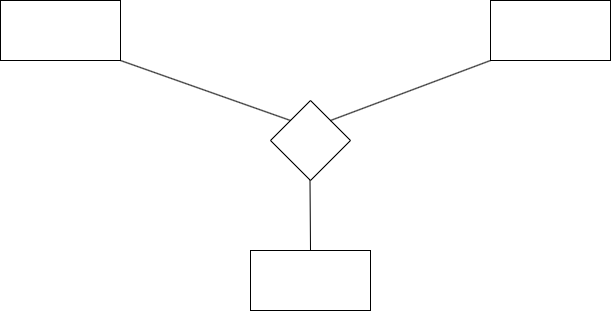
datnham0212/learning keeps this draw.io diagram as Chương 3 QT2(Mô hình hóa).png. Above is the earlier version. Source tidied: cells renumbered, new cells last; positions are measured from the earlier drawing's top-left corner, leaving out a move shared by most shapes.
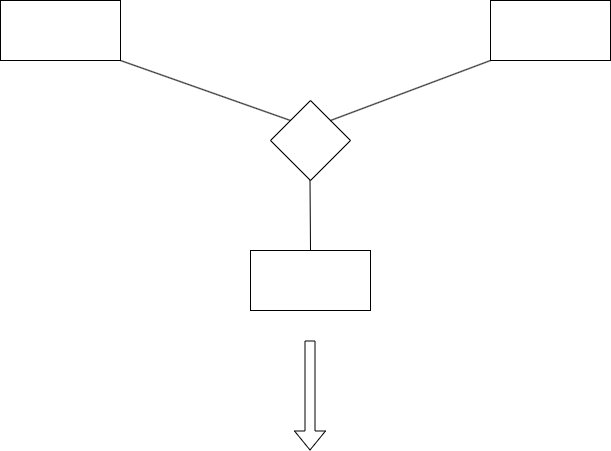
The same file after the commit.

Diff of the diagram source:
```diff
@@ -27,5 +27,11 @@
         <mxPoint x="490" y="60" as="targetPoint" />
       </mxGeometry>
     </mxCell>
+    <mxCell id="9" style="shape=flexArrow;endArrow=classic;html=1;rounded=0;" parent="1" edge="1">
+      <mxGeometry relative="1" as="geometry">
+        <mxPoint x="309.5" y="340" as="sourcePoint" />
+        <mxPoint x="309.5" y="450" as="targetPoint" />
+      </mxGeometry>
+    </mxCell>
   </root>
 </mxGraphModel>
```
